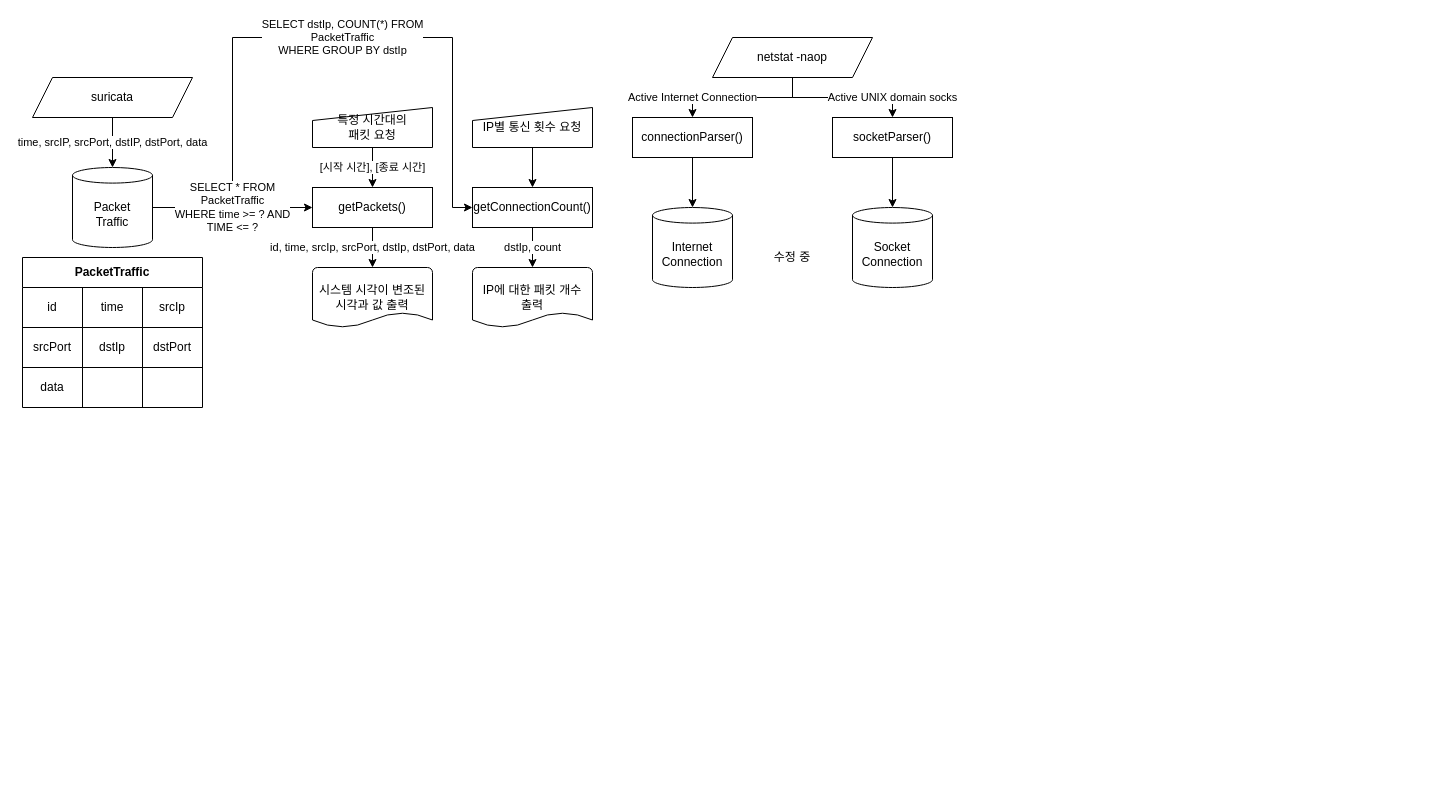
Before: 김종민_실시간 대응/DFD_Network.drawio in GoldBigDragon/BoB9_Homework, a draw.io diagram. Source tidied: cells renumbered, new cells numbered last; positions are measured from the earlier drawing's top-left corner, leaving out a move shared by most shapes. Both pictures are drawn from the tidied source at 100%, with x=0, y=0 at pixel (22, 37).
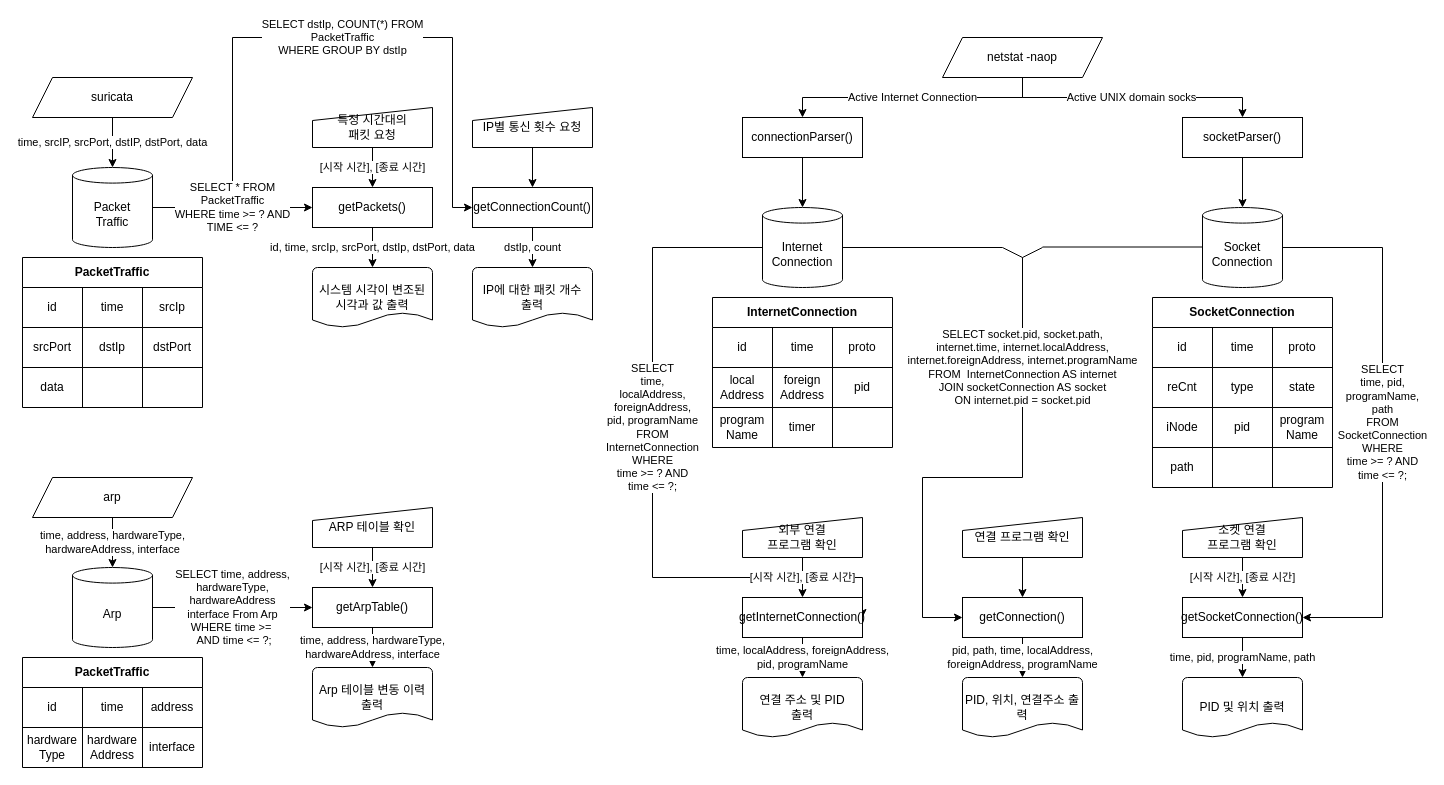
After the change.

What changed in the source:
```diff
@@
     <mxCell id="30" value="Active Internet Connection" style="edgeStyle=orthogonalEdgeStyle;rounded=0;jettySize=auto;html=1;exitX=0.5;exitY=1;exitDx=0;exitDy=0;entryX=0.5;entryY=0;entryDx=0;entryDy=0;" parent="1" edge="1" source="32" target="35">
-      <mxGeometry x="0.71" relative="1" as="geometry" />
+      <mxGeometry relative="1" as="geometry" />
     </mxCell>
     <mxCell id="31" value="Active UNIX domain socks" style="edgeStyle=orthogonalEdgeStyle;rounded=0;jettySize=auto;html=1;exitX=0.5;exitY=1;exitDx=0;exitDy=0;entryX=0.5;entryY=0;entryDx=0;entryDy=0;" parent="1" edge="1" source="32" target="37">
-      <mxGeometry x="0.71" relative="1" as="geometry" />
+      <mxGeometry relative="1" as="geometry">
+        <mxPoint x="-1" as="offset" />
+      </mxGeometry>
     </mxCell>
     <mxCell id="32" value="netstat -naop" style="shape=parallelogram;perimeter=parallelogramPerimeter;whiteSpace=wrap;html=1;fixedSize=1;" parent="1" vertex="1">
-      <mxGeometry x="690" width="160" height="40" as="geometry" />
+      <mxGeometry x="920" width="160" height="40" as="geometry" />
     </mxCell>
+    <mxCell id="40" value="SELECT&lt;br&gt;time,&lt;br&gt;localAddress,&lt;br&gt;foreignAddress,&lt;br&gt;pid, programName&lt;br&gt;FROM&lt;br&gt;InternetConnection&lt;br&gt;WHERE&lt;br&gt;time &amp;gt;= ? AND&lt;br&gt;time &amp;lt;= ?;" style="edgeStyle=orthogonalEdgeStyle;rounded=0;jettySize=auto;html=1;exitX=1;exitY=0.5;exitDx=0;exitDy=0;exitPerimeter=0;entryX=1;entryY=0.5;entryDx=0;entryDy=0;" parent="1" edge="1" source="33" target="75">
+      <mxGeometry x="-0.04" relative="1" as="geometry">
+        <Array as="points">
+          <mxPoint x="630" y="210" />
+          <mxPoint x="630" y="540" />
+        </Array>
+      </mxGeometry>
+    </mxCell>
     <mxCell id="33" value="Internet&lt;br&gt;Connection" style="shape=cylinder3;whiteSpace=wrap;html=1;boundedLbl=1;backgroundOutline=1;size=7.800018310546875;" parent="1" vertex="1">
-      <mxGeometry x="630" y="170" width="80" height="80" as="geometry" />
+      <mxGeometry x="740" y="170" width="80" height="80" as="geometry" />
     </mxCell>
@@
     <mxCell id="35" value="connectionParser()" style="rounded=0;whiteSpace=wrap;html=1;" parent="1" vertex="1">
-      <mxGeometry x="610" y="80" width="120" height="40" as="geometry" />
+      <mxGeometry x="720" y="80" width="120" height="40" as="geometry" />
     </mxCell>
@@
     <mxCell id="37" value="socketParser()" style="rounded=0;whiteSpace=wrap;html=1;" parent="1" vertex="1">
-      <mxGeometry x="810" y="80" width="120" height="40" as="geometry" />
+      <mxGeometry x="1160" y="80" width="120" height="40" as="geometry" />
     </mxCell>
+    <mxCell id="41" value="SELECT&lt;br&gt;time, pid,&lt;br&gt;programName,&lt;br&gt;path&lt;br&gt;FROM&lt;br&gt;SocketConnection&lt;br&gt;WHERE&lt;br&gt;time &amp;gt;= ? AND&lt;br&gt;time &amp;lt;= ?;" style="edgeStyle=orthogonalEdgeStyle;rounded=0;jettySize=auto;html=1;exitX=1;exitY=0.5;exitDx=0;exitDy=0;exitPerimeter=0;entryX=1;entryY=0.5;entryDx=0;entryDy=0;" parent="1" edge="1" source="38" target="80">
+      <mxGeometry relative="1" as="geometry">
+        <Array as="points">
+          <mxPoint x="1360" y="210" />
+          <mxPoint x="1360" y="580" />
+        </Array>
+      </mxGeometry>
+    </mxCell>
     <mxCell id="38" value="Socket&lt;br&gt;Connection" style="shape=cylinder3;whiteSpace=wrap;html=1;boundedLbl=1;backgroundOutline=1;size=7.800018310546875;" parent="1" vertex="1">
-      <mxGeometry x="830" y="170" width="80" height="80" as="geometry" />
+      <mxGeometry x="1180" y="170" width="80" height="80" as="geometry" />
     </mxCell>
-    <mxCell id="39" value="수정 중" style="text;html=1;strokeColor=none;fillColor=none;align=center;verticalAlign=middle;whiteSpace=wrap;rounded=0;" parent="1" vertex="1">
-      <mxGeometry x="720" y="210" width="100" height="20" as="geometry" />
-    </mxCell>
+    <mxCell id="42" value="InternetConnection" style="shape=table;html=1;whiteSpace=wrap;startSize=30;childLayout=tableLayout;fontStyle=1;align=center;" parent="1" vertex="1">
+      <mxGeometry x="690" y="260" width="180" height="150" as="geometry" />
+    </mxCell>
+    <mxCell id="43" style="shape=partialRectangle;html=1;whiteSpace=wrap;fillColor=none;top=0;left=0;bottom=0;right=0;" parent="42" vertex="1">
+      <mxGeometry y="30" width="180" height="40" as="geometry" />
+    </mxCell>
+    <mxCell id="44" value="id" style="shape=partialRectangle;html=1;whiteSpace=wrap;fillColor=none;top=0;left=0;bottom=0;right=0;overflow=hidden;" parent="43" vertex="1">
+      <mxGeometry width="60" height="40" as="geometry" />
+    </mxCell>
+    <mxCell id="45" value="time" style="shape=partialRectangle;html=1;whiteSpace=wrap;fillColor=none;top=0;left=0;bottom=0;right=0;overflow=hidden;" parent="43" vertex="1">
+      <mxGeometry x="60" width="60" height="40" as="geometry" />
+    </mxCell>
+    <mxCell id="46" value="proto" style="shape=partialRectangle;html=1;whiteSpace=wrap;fillColor=none;top=0;left=0;bottom=0;right=0;overflow=hidden;" parent="43" vertex="1">
+      <mxGeometry x="120" width="60" height="40" as="geometry" />
+    </mxCell>
+    <mxCell id="47" style="shape=partialRectangle;html=1;whiteSpace=wrap;fillColor=none;top=0;left=0;bottom=0;right=0;" parent="42" vertex="1">
+      <mxGeometry y="70" width="180" height="40" as="geometry" />
+    </mxCell>
+    <mxCell id="48" value="local&lt;br&gt;Address" style="shape=partialRectangle;html=1;whiteSpace=wrap;fillColor=none;top=0;left=0;bottom=0;right=0;overflow=hidden;" parent="47" vertex="1">
+      <mxGeometry width="60" height="40" as="geometry" />
+    </mxCell>
+    <mxCell id="49" value="foreign&lt;br&gt;Address" style="shape=partialRectangle;html=1;whiteSpace=wrap;fillColor=none;top=0;left=0;bottom=0;right=0;overflow=hidden;" parent="47" vertex="1">
+      <mxGeometry x="60" width="60" height="40" as="geometry" />
+    </mxCell>
+    <mxCell id="50" value="pid" style="shape=partialRectangle;html=1;whiteSpace=wrap;fillColor=none;top=0;left=0;bottom=0;right=0;overflow=hidden;" parent="47" vertex="1">
+      <mxGeometry x="120" width="60" height="40" as="geometry" />
+    </mxCell>
+    <mxCell id="51" style="shape=partialRectangle;html=1;whiteSpace=wrap;fillColor=none;top=0;left=0;bottom=0;right=0;" parent="42" vertex="1">
+      <mxGeometry y="110" width="180" height="40" as="geometry" />
+    </mxCell>
+    <mxCell id="52" value="program&lt;br&gt;Name" style="shape=partialRectangle;html=1;whiteSpace=wrap;fillColor=none;top=0;left=0;bottom=0;right=0;overflow=hidden;" parent="51" vertex="1">
+      <mxGeometry width="60" height="40" as="geometry" />
+    </mxCell>
+    <mxCell id="53" value="timer" style="shape=partialRectangle;html=1;whiteSpace=wrap;fillColor=none;top=0;left=0;bottom=0;right=0;overflow=hidden;" parent="51" vertex="1">
+      <mxGeometry x="60" width="60" height="40" as="geometry" />
+    </mxCell>
+    <mxCell id="54" style="shape=partialRectangle;html=1;whiteSpace=wrap;fillColor=none;top=0;left=0;bottom=0;right=0;overflow=hidden;" parent="51" vertex="1">
+      <mxGeometry x="120" width="60" height="40" as="geometry" />
+    </mxCell>
+    <mxCell id="55" value="SocketConnection" style="shape=table;html=1;whiteSpace=wrap;startSize=30;childLayout=tableLayout;fontStyle=1;align=center;" parent="1" vertex="1">
+      <mxGeometry x="1130" y="260" width="180" height="190" as="geometry" />
+    </mxCell>
+    <mxCell id="56" style="shape=partialRectangle;html=1;whiteSpace=wrap;fillColor=none;top=0;left=0;bottom=0;right=0;" parent="55" vertex="1">
+      <mxGeometry y="30" width="180" height="40" as="geometry" />
+    </mxCell>
+    <mxCell id="57" value="id" style="shape=partialRectangle;html=1;whiteSpace=wrap;fillColor=none;top=0;left=0;bottom=0;right=0;overflow=hidden;" parent="56" vertex="1">
+      <mxGeometry width="60" height="40" as="geometry" />
+    </mxCell>
+    <mxCell id="58" value="time" style="shape=partialRectangle;html=1;whiteSpace=wrap;fillColor=none;top=0;left=0;bottom=0;right=0;overflow=hidden;" parent="56" vertex="1">
+      <mxGeometry x="60" width="60" height="40" as="geometry" />
+    </mxCell>
+    <mxCell id="59" value="proto" style="shape=partialRectangle;html=1;whiteSpace=wrap;fillColor=none;top=0;left=0;bottom=0;right=0;overflow=hidden;" parent="56" vertex="1">
+      <mxGeometry x="120" width="60" height="40" as="geometry" />
+    </mxCell>
+    <mxCell id="60" style="shape=partialRectangle;html=1;whiteSpace=wrap;fillColor=none;top=0;left=0;bottom=0;right=0;" parent="55" vertex="1">
+      <mxGeometry y="70" width="180" height="40" as="geometry" />
+    </mxCell>
+    <mxCell id="61" value="reCnt" style="shape=partialRectangle;html=1;whiteSpace=wrap;fillColor=none;top=0;left=0;bottom=0;right=0;overflow=hidden;" parent="60" vertex="1">
+      <mxGeometry width="60" height="40" as="geometry" />
+    </mxCell>
+    <mxCell id="62" value="type" style="shape=partialRectangle;html=1;whiteSpace=wrap;fillColor=none;top=0;left=0;bottom=0;right=0;overflow=hidden;" parent="60" vertex="1">
+      <mxGeometry x="60" width="60" height="40" as="geometry" />
+    </mxCell>
+    <mxCell id="63" value="state" style="shape=partialRectangle;html=1;whiteSpace=wrap;fillColor=none;top=0;left=0;bottom=0;right=0;overflow=hidden;" parent="60" vertex="1">
+      <mxGeometry x="120" width="60" height="40" as="geometry" />
+    </mxCell>
+    <mxCell id="64" style="shape=partialRectangle;html=1;whiteSpace=wrap;fillColor=none;top=0;left=0;bottom=0;right=0;" parent="55" vertex="1">
+      <mxGeometry y="110" width="180" height="40" as="geometry" />
+    </mxCell>
+    <mxCell id="65" value="iNode" style="shape=partialRectangle;html=1;whiteSpace=wrap;fillColor=none;top=0;left=0;bottom=0;right=0;overflow=hidden;" parent="64" vertex="1">
+      <mxGeometry width="60" height="40" as="geometry" />
+    </mxCell>
+    <mxCell id="66" value="pid" style="shape=partialRectangle;html=1;whiteSpace=wrap;fillColor=none;top=0;left=0;bottom=0;right=0;overflow=hidden;" parent="64" vertex="1">
+      <mxGeometry x="60" width="60" height="40" as="geometry" />
+    </mxCell>
+    <mxCell id="67" value="program&lt;br&gt;Name" style="shape=partialRectangle;html=1;whiteSpace=wrap;fillColor=none;top=0;left=0;bottom=0;right=0;overflow=hidden;" parent="64" vertex="1">
+      <mxGeometry x="120" width="60" height="40" as="geometry" />
+    </mxCell>
+    <mxCell id="68" style="shape=partialRectangle;html=1;whiteSpace=wrap;fillColor=none;top=0;left=0;bottom=0;right=0;" parent="55" vertex="1">
+      <mxGeometry y="150" width="180" height="40" as="geometry" />
+    </mxCell>
+    <mxCell id="69" value="path" style="shape=partialRectangle;html=1;whiteSpace=wrap;fillColor=none;top=0;left=0;bottom=0;right=0;overflow=hidden;" parent="68" vertex="1">
+      <mxGeometry width="60" height="40" as="geometry" />
+    </mxCell>
+    <mxCell id="70" style="shape=partialRectangle;html=1;whiteSpace=wrap;fillColor=none;top=0;left=0;bottom=0;right=0;overflow=hidden;" parent="68" vertex="1">
+      <mxGeometry x="60" width="60" height="40" as="geometry" />
+    </mxCell>
+    <mxCell id="71" style="shape=partialRectangle;html=1;whiteSpace=wrap;fillColor=none;top=0;left=0;bottom=0;right=0;overflow=hidden;" parent="68" vertex="1">
+      <mxGeometry x="120" width="60" height="40" as="geometry" />
+    </mxCell>
+    <mxCell id="72" value="[시작 시간], [종료 시간]" style="edgeStyle=orthogonalEdgeStyle;rounded=0;jettySize=auto;html=1;exitX=0.5;exitY=1;exitDx=0;exitDy=0;entryX=0.5;entryY=0;entryDx=0;entryDy=0;" parent="1" edge="1" source="73" target="75">
+      <mxGeometry relative="1" as="geometry" />
+    </mxCell>
+    <mxCell id="73" value="외부 연결&lt;br&gt;프로그램 확인" style="shape=manualInput;whiteSpace=wrap;html=1;align=center;size=13;" parent="1" vertex="1">
+      <mxGeometry x="720" y="480" width="120" height="40" as="geometry" />
+    </mxCell>
+    <mxCell id="74" value="time, localAddress, foreignAddress,&lt;br&gt;pid, programName" style="edgeStyle=orthogonalEdgeStyle;rounded=0;jettySize=auto;html=1;exitX=0.5;exitY=1;exitDx=0;exitDy=0;entryX=0.5;entryY=0;entryDx=0;entryDy=0;entryPerimeter=0;" parent="1" edge="1" source="75" target="76">
+      <mxGeometry relative="1" as="geometry" />
+    </mxCell>
+    <mxCell id="75" value="getInternetConnection()" style="rounded=0;whiteSpace=wrap;html=1;" parent="1" vertex="1">
+      <mxGeometry x="720" y="560" width="120" height="40" as="geometry" />
+    </mxCell>
+    <mxCell id="76" value="연결 주소 및 PID&lt;br&gt;출력" style="strokeWidth=1;html=1;shape=mxgraph.flowchart.document2;whiteSpace=wrap;size=0.25;align=center;" parent="1" vertex="1">
+      <mxGeometry x="720" y="640" width="120" height="60" as="geometry" />
+    </mxCell>
+    <mxCell id="77" value="[시작 시간], [종료 시간]" style="edgeStyle=orthogonalEdgeStyle;rounded=0;jettySize=auto;html=1;exitX=0.5;exitY=1;exitDx=0;exitDy=0;entryX=0.5;entryY=0;entryDx=0;entryDy=0;" parent="1" edge="1" source="78" target="80">
+      <mxGeometry relative="1" as="geometry" />
+    </mxCell>
+    <mxCell id="78" value="소켓 연결&lt;br&gt;프로그램 확인" style="shape=manualInput;whiteSpace=wrap;html=1;align=center;size=13;" parent="1" vertex="1">
+      <mxGeometry x="1160" y="480" width="120" height="40" as="geometry" />
+    </mxCell>
+    <mxCell id="79" value="time, pid, programName, path" style="edgeStyle=orthogonalEdgeStyle;rounded=0;jettySize=auto;html=1;exitX=0.5;exitY=1;exitDx=0;exitDy=0;entryX=0.5;entryY=0;entryDx=0;entryDy=0;entryPerimeter=0;" parent="1" edge="1" source="80" target="81">
+      <mxGeometry relative="1" as="geometry" />
+    </mxCell>
+    <mxCell id="80" value="getSocketConnection()" style="rounded=0;whiteSpace=wrap;html=1;" parent="1" vertex="1">
+      <mxGeometry x="1160" y="560" width="120" height="40" as="geometry" />
+    </mxCell>
+    <mxCell id="81" value="PID 및 위치 출력" style="strokeWidth=1;html=1;shape=mxgraph.flowchart.document2;whiteSpace=wrap;size=0.25;align=center;" parent="1" vertex="1">
+      <mxGeometry x="1160" y="640" width="120" height="60" as="geometry" />
+    </mxCell>
+    <mxCell id="82" style="edgeStyle=orthogonalEdgeStyle;rounded=0;jettySize=auto;html=1;exitX=0.5;exitY=1;exitDx=0;exitDy=0;entryX=0.5;entryY=0;entryDx=0;entryDy=0;" parent="1" edge="1" source="83" target="85">
+      <mxGeometry relative="1" as="geometry" />
+    </mxCell>
+    <mxCell id="83" value="연결 프로그램 확인" style="shape=manualInput;whiteSpace=wrap;html=1;align=center;size=13;" parent="1" vertex="1">
+      <mxGeometry x="940" y="480" width="120" height="40" as="geometry" />
+    </mxCell>
+    <mxCell id="84" value="pid, path, time, localAddress,&lt;br&gt;foreignAddress, programName" style="edgeStyle=orthogonalEdgeStyle;rounded=0;jettySize=auto;html=1;exitX=0.5;exitY=1;exitDx=0;exitDy=0;entryX=0.5;entryY=0;entryDx=0;entryDy=0;entryPerimeter=0;" parent="1" edge="1" source="85" target="86">
+      <mxGeometry relative="1" as="geometry" />
+    </mxCell>
+    <mxCell id="85" value="getConnection()" style="rounded=0;whiteSpace=wrap;html=1;" parent="1" vertex="1">
+      <mxGeometry x="940" y="560" width="120" height="40" as="geometry" />
+    </mxCell>
+    <mxCell id="86" value="PID, 위치, 연결주소 출력" style="strokeWidth=1;html=1;shape=mxgraph.flowchart.document2;whiteSpace=wrap;size=0.25;align=center;" parent="1" vertex="1">
+      <mxGeometry x="940" y="640" width="120" height="60" as="geometry" />
+    </mxCell>
+    <mxCell id="87" style="endArrow=none;html=1;exitX=1;exitY=0.5;exitDx=0;exitDy=0;exitPerimeter=0;" parent="1" edge="1" source="33">
+      <mxGeometry relative="1" as="geometry">
+        <mxPoint x="980" y="210" as="targetPoint" />
+      </mxGeometry>
+    </mxCell>
+    <mxCell id="88" value="&lt;div&gt;SELECT socket.pid, socket.path,&lt;/div&gt;&lt;div&gt;internet.time, internet.localAddress,&lt;/div&gt;&lt;div&gt;internet.foreignAddress, internet.programName&lt;/div&gt;&lt;div&gt;FROM&amp;nbsp; InternetConnection AS internet&lt;/div&gt;&lt;div&gt;JOIN socketConnection AS socket&lt;/div&gt;&lt;div&gt;ON internet.pid = socket.pid&lt;/div&gt;" style="endArrow=none;html=1;" parent="1" edge="1">
+      <mxGeometry relative="1" as="geometry">
+        <mxPoint x="1000" y="440" as="sourcePoint" />
+        <mxPoint x="1000" y="220" as="targetPoint" />
+      </mxGeometry>
+    </mxCell>
+    <mxCell id="89" style="endArrow=classic;html=1;entryX=0;entryY=0.5;entryDx=0;entryDy=0;" parent="1" edge="1" target="85">
+      <mxGeometry relative="1" as="geometry">
+        <mxPoint x="900" y="580" as="sourcePoint" />
+      </mxGeometry>
+    </mxCell>
+    <mxCell id="90" style="endArrow=none;html=1;" parent="1" edge="1">
+      <mxGeometry relative="1" as="geometry">
+        <mxPoint x="900" y="580" as="sourcePoint" />
+        <mxPoint x="900" y="440" as="targetPoint" />
+      </mxGeometry>
+    </mxCell>
+    <mxCell id="91" style="endArrow=none;html=1;" parent="1" edge="1">
+      <mxGeometry relative="1" as="geometry">
+        <mxPoint x="900" y="440" as="sourcePoint" />
+        <mxPoint x="1000" y="440" as="targetPoint" />
+      </mxGeometry>
+    </mxCell>
+    <mxCell id="92" style="endArrow=none;html=1;exitX=1;exitY=0.5;exitDx=0;exitDy=0;exitPerimeter=0;" parent="1" edge="1">
+      <mxGeometry relative="1" as="geometry">
+        <mxPoint x="1020" y="209.5" as="sourcePoint" />
+        <mxPoint x="1180" y="209.5" as="targetPoint" />
+      </mxGeometry>
+    </mxCell>
+    <mxCell id="93" style="endArrow=none;html=1;" parent="1" edge="1">
+      <mxGeometry relative="1" as="geometry">
+        <mxPoint x="1000" y="220" as="sourcePoint" />
+        <mxPoint x="980" y="210" as="targetPoint" />
+      </mxGeometry>
+    </mxCell>
+    <mxCell id="94" style="endArrow=none;html=1;" parent="1" edge="1">
+      <mxGeometry relative="1" as="geometry">
+        <mxPoint x="1020" y="210" as="sourcePoint" />
+        <mxPoint x="1000" y="220" as="targetPoint" />
+      </mxGeometry>
+    </mxCell>
+    <mxCell id="95" value="time, address, hardwareType,&lt;br&gt;hardwareAddress, interface" style="edgeStyle=orthogonalEdgeStyle;rounded=0;jettySize=auto;html=1;exitX=0.5;exitY=1;exitDx=0;exitDy=0;entryX=0.5;entryY=0;entryDx=0;entryDy=0;entryPerimeter=0;" parent="1" edge="1" source="96" target="107">
+      <mxGeometry relative="1" as="geometry" />
+    </mxCell>
+    <mxCell id="96" value="arp" style="shape=parallelogram;perimeter=parallelogramPerimeter;whiteSpace=wrap;html=1;fixedSize=1;" parent="1" vertex="1">
+      <mxGeometry x="10" y="440" width="160" height="40" as="geometry" />
+    </mxCell>
+    <mxCell id="97" value="PacketTraffic" style="shape=table;html=1;whiteSpace=wrap;startSize=30;childLayout=tableLayout;fontStyle=1;align=center;" parent="1" vertex="1">
+      <mxGeometry y="620" width="180" height="110" as="geometry" />
+    </mxCell>
+    <mxCell id="98" style="shape=partialRectangle;html=1;whiteSpace=wrap;fillColor=none;top=0;left=0;bottom=0;right=0;" parent="97" vertex="1">
+      <mxGeometry y="30" width="180" height="40" as="geometry" />
+    </mxCell>
+    <mxCell id="99" value="id" style="shape=partialRectangle;html=1;whiteSpace=wrap;fillColor=none;top=0;left=0;bottom=0;right=0;overflow=hidden;" parent="98" vertex="1">
+      <mxGeometry width="60" height="40" as="geometry" />
+    </mxCell>
+    <mxCell id="100" value="time" style="shape=partialRectangle;html=1;whiteSpace=wrap;fillColor=none;top=0;left=0;bottom=0;right=0;overflow=hidden;" parent="98" vertex="1">
+      <mxGeometry x="60" width="60" height="40" as="geometry" />
+    </mxCell>
+    <mxCell id="101" value="address" style="shape=partialRectangle;html=1;whiteSpace=wrap;fillColor=none;top=0;left=0;bottom=0;right=0;overflow=hidden;" parent="98" vertex="1">
+      <mxGeometry x="120" width="60" height="40" as="geometry" />
+    </mxCell>
+    <mxCell id="102" style="shape=partialRectangle;html=1;whiteSpace=wrap;fillColor=none;top=0;left=0;bottom=0;right=0;" parent="97" vertex="1">
+      <mxGeometry y="70" width="180" height="40" as="geometry" />
+    </mxCell>
+    <mxCell id="103" value="&lt;span&gt;hardware&lt;/span&gt;&lt;br&gt;&lt;span&gt;Type&lt;/span&gt;" style="shape=partialRectangle;html=1;whiteSpace=wrap;fillColor=none;top=0;left=0;bottom=0;right=0;overflow=hidden;" parent="102" vertex="1">
+      <mxGeometry width="60" height="40" as="geometry" />
+    </mxCell>
+    <mxCell id="104" value="&lt;span&gt;hardware&lt;/span&gt;&lt;br&gt;&lt;span&gt;Address&lt;/span&gt;" style="shape=partialRectangle;html=1;whiteSpace=wrap;fillColor=none;top=0;left=0;bottom=0;right=0;overflow=hidden;" parent="102" vertex="1">
+      <mxGeometry x="60" width="60" height="40" as="geometry" />
+    </mxCell>
+    <mxCell id="105" value="interface" style="shape=partialRectangle;html=1;whiteSpace=wrap;fillColor=none;top=0;left=0;bottom=0;right=0;overflow=hidden;" parent="102" vertex="1">
+      <mxGeometry x="120" width="60" height="40" as="geometry" />
+    </mxCell>
+    <mxCell id="106" value="SELECT time, address,&lt;br&gt;hardwareType,&lt;br&gt;hardwareAddress&lt;br&gt;interface From Arp&lt;br&gt;WHERE time &amp;gt;=&amp;nbsp;&lt;br&gt;&amp;nbsp;AND time &amp;lt;= ?;" style="edgeStyle=orthogonalEdgeStyle;rounded=0;jettySize=auto;html=1;exitX=1;exitY=0.5;exitDx=0;exitDy=0;exitPerimeter=0;entryX=0;entryY=0.5;entryDx=0;entryDy=0;" parent="1" edge="1" source="107" target="111">
+      <mxGeometry relative="1" as="geometry" />
+    </mxCell>
+    <mxCell id="107" value="Arp" style="shape=cylinder3;whiteSpace=wrap;html=1;boundedLbl=1;backgroundOutline=1;size=7.800018310546875;" parent="1" vertex="1">
+      <mxGeometry x="50" y="530" width="80" height="80" as="geometry" />
+    </mxCell>
+    <mxCell id="108" value="[시작 시간], [종료 시간]" style="edgeStyle=orthogonalEdgeStyle;rounded=0;jettySize=auto;html=1;exitX=0.5;exitY=1;exitDx=0;exitDy=0;entryX=0.5;entryY=0;entryDx=0;entryDy=0;" parent="1" edge="1" source="109" target="111">
+      <mxGeometry relative="1" as="geometry" />
+    </mxCell>
+    <mxCell id="109" value="ARP 테이블 확인" style="shape=manualInput;whiteSpace=wrap;html=1;align=center;size=13;" parent="1" vertex="1">
+      <mxGeometry x="290" y="470" width="120" height="40" as="geometry" />
+    </mxCell>
+    <mxCell id="110" value="time, address, hardwareType,&lt;br&gt;hardwareAddress, interface" style="edgeStyle=orthogonalEdgeStyle;rounded=0;jettySize=auto;html=1;exitX=0.5;exitY=1;exitDx=0;exitDy=0;entryX=0.5;entryY=0;entryDx=0;entryDy=0;entryPerimeter=0;" parent="1" edge="1" source="111" target="112">
+      <mxGeometry relative="1" as="geometry" />
+    </mxCell>
+    <mxCell id="111" value="getArpTable()" style="rounded=0;whiteSpace=wrap;html=1;" parent="1" vertex="1">
+      <mxGeometry x="290" y="550" width="120" height="40" as="geometry" />
+    </mxCell>
+    <mxCell id="112" value="Arp 테이블 변동 이력 출력" style="strokeWidth=1;html=1;shape=mxgraph.flowchart.document2;whiteSpace=wrap;size=0.25;align=center;" parent="1" vertex="1">
+      <mxGeometry x="290" y="630" width="120" height="60" as="geometry" />
+    </mxCell>
```
